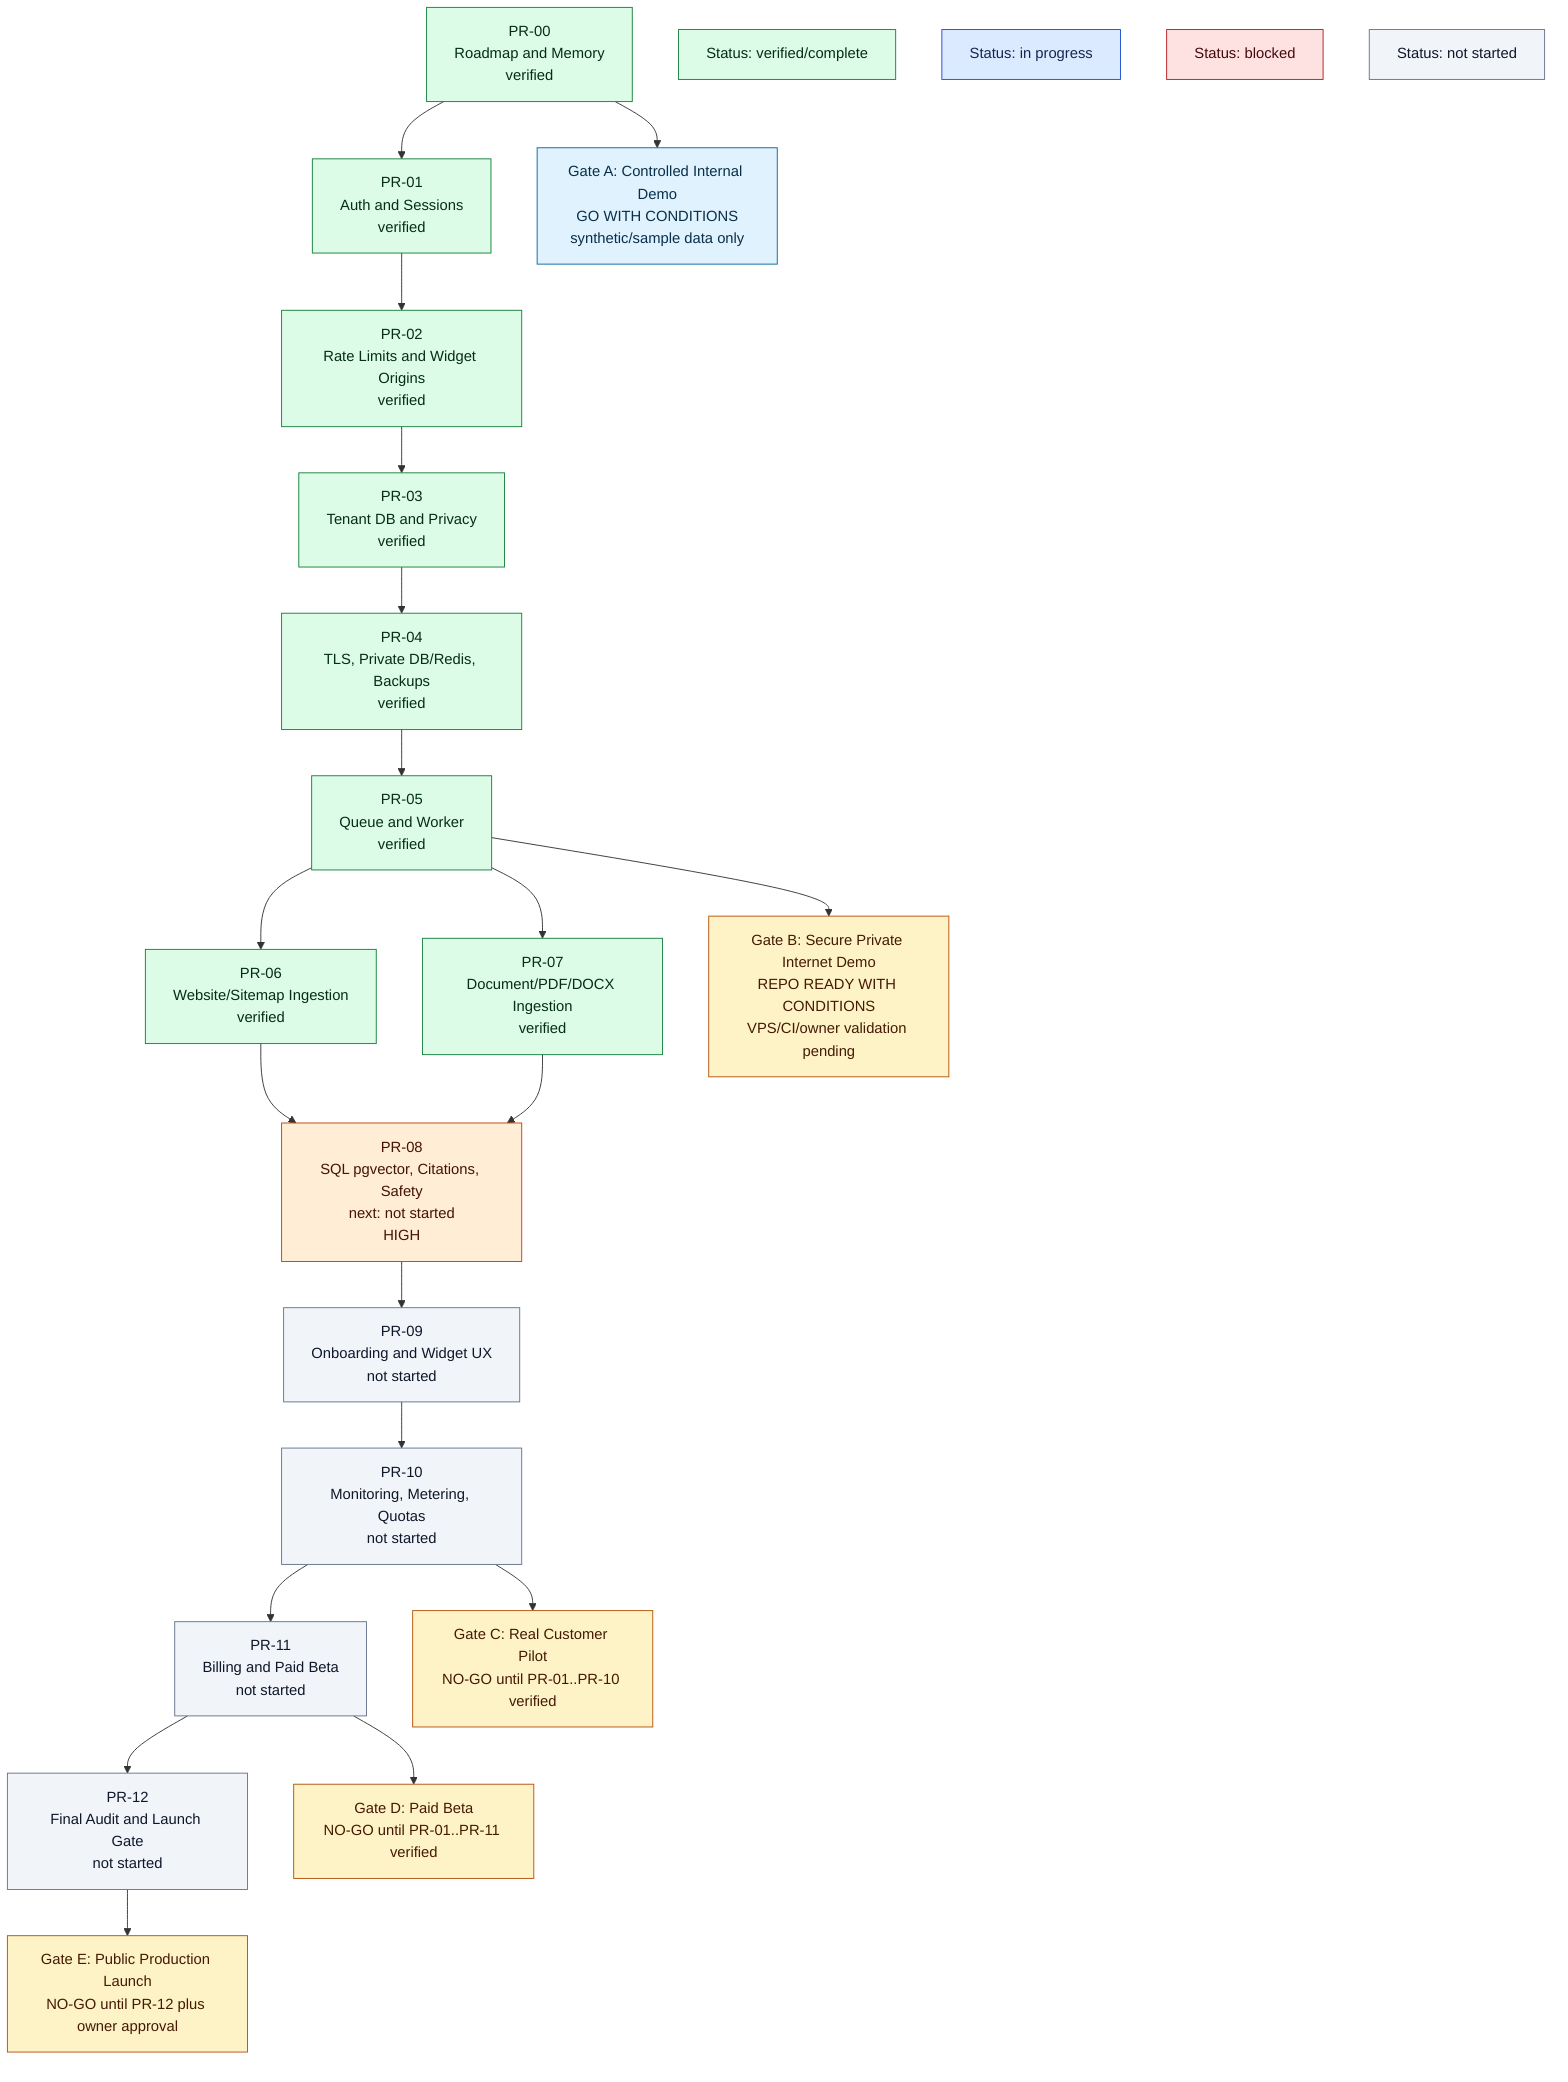
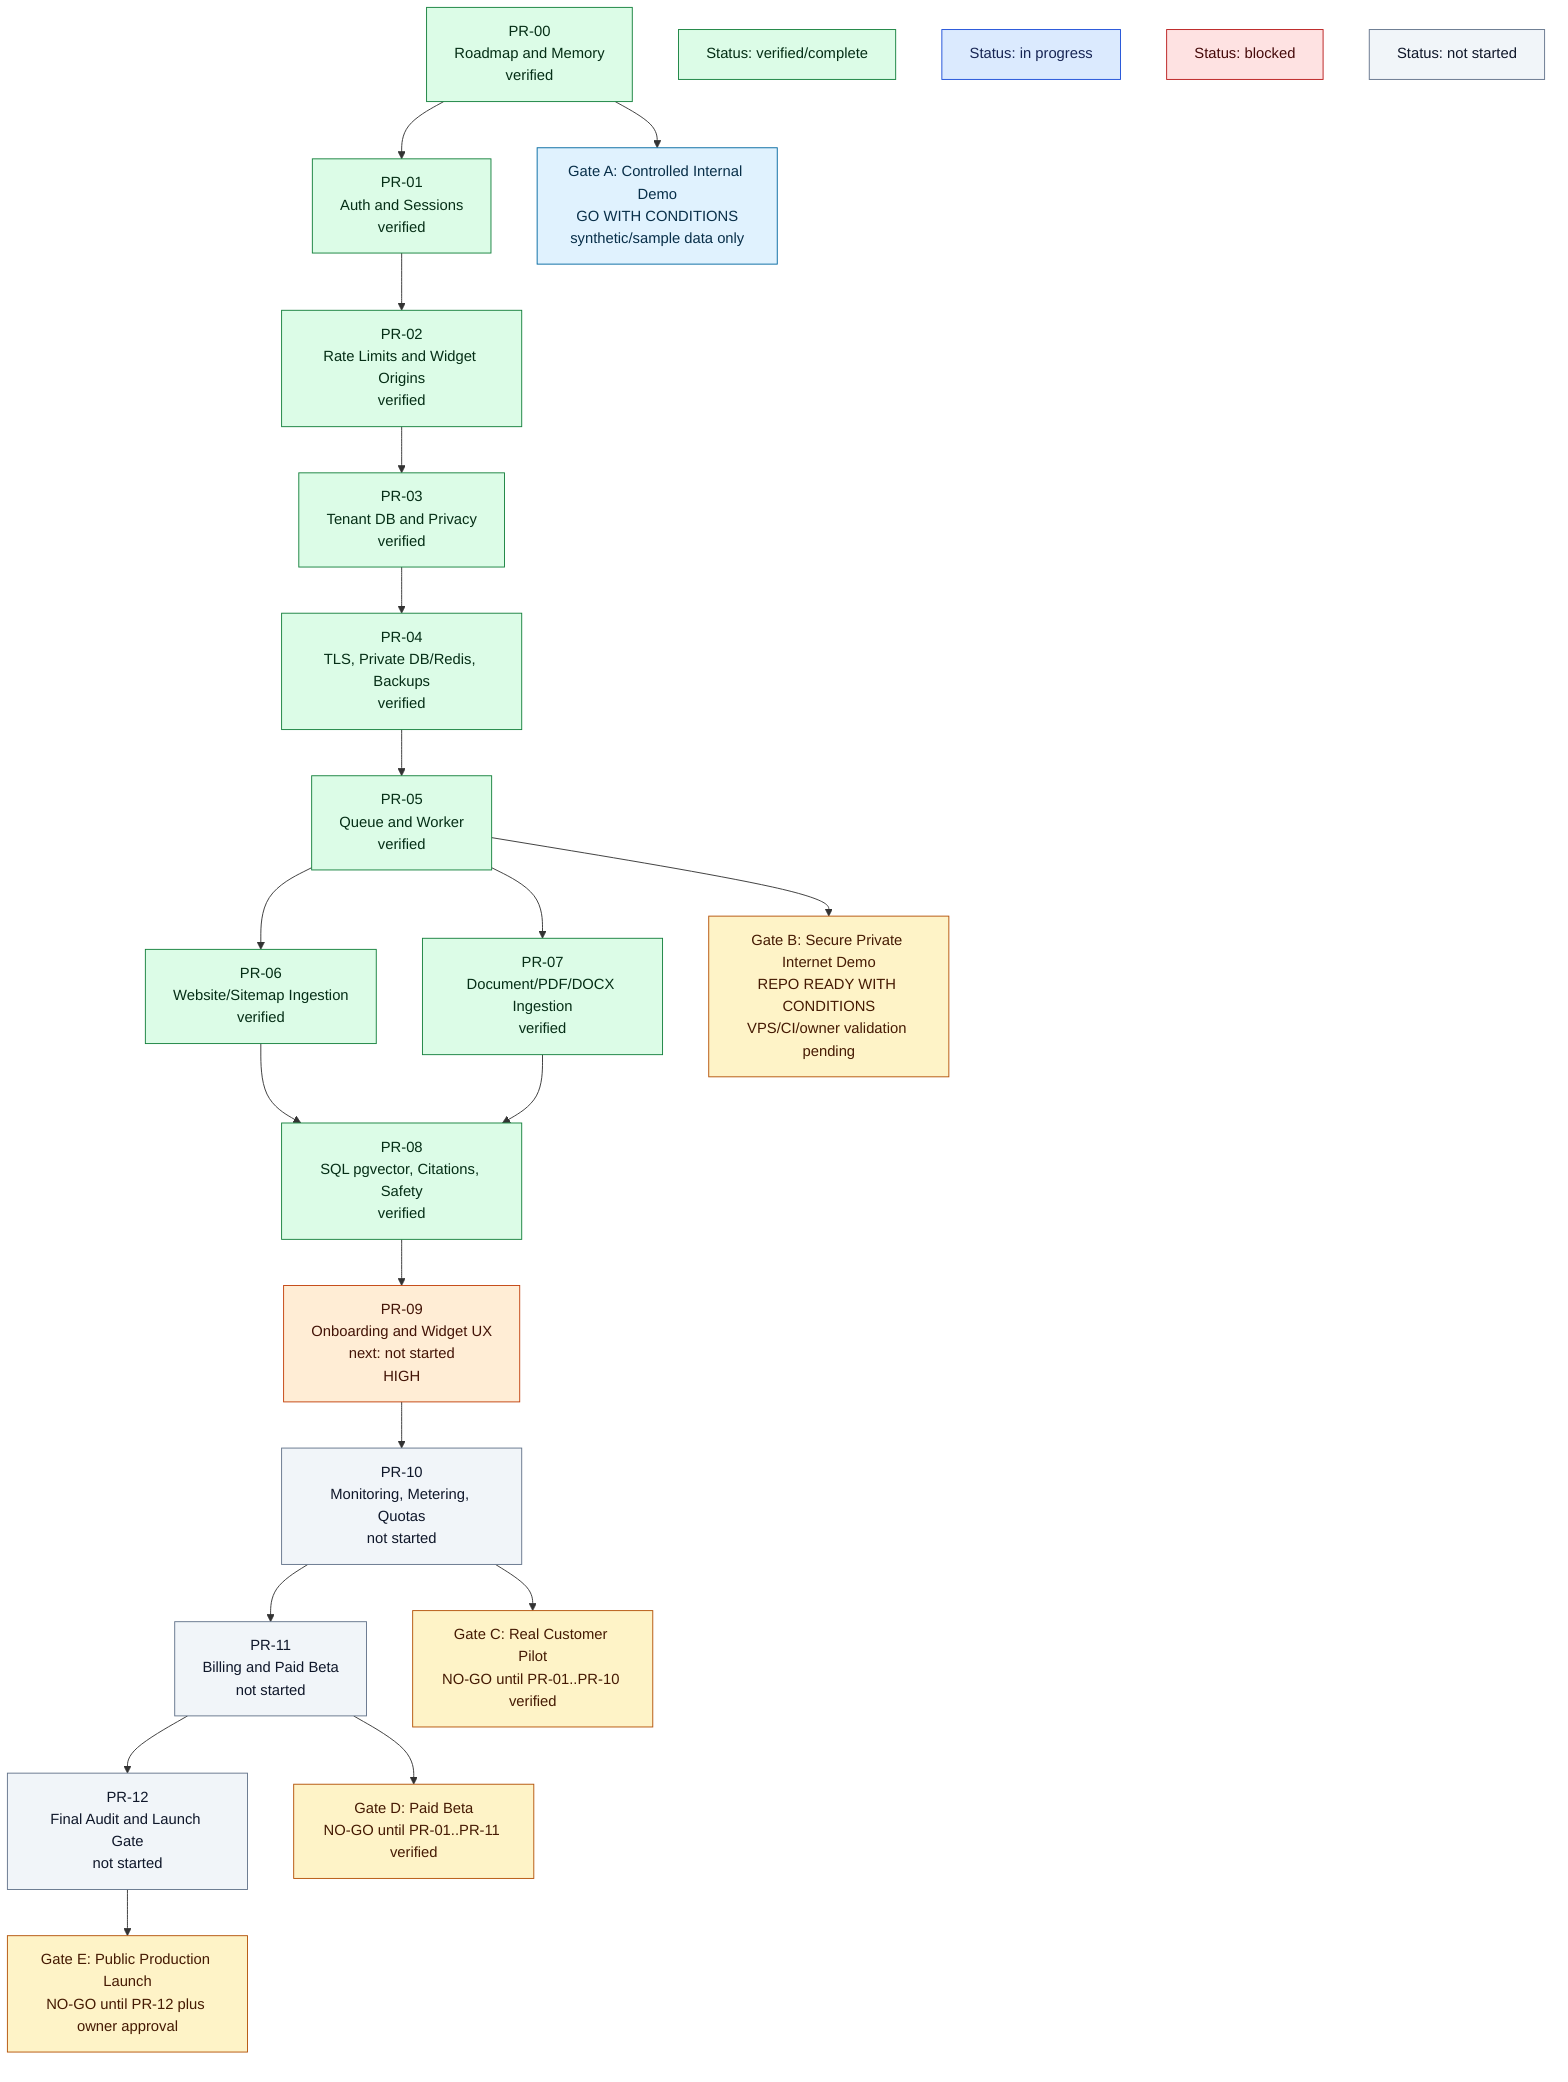
flowchart TB
    PR00["PR-00<br/>Roadmap and Memory<br/>verified"]
    PR01["PR-01<br/>Auth and Sessions<br/>verified"]
    PR02["PR-02<br/>Rate Limits and Widget Origins<br/>verified"]
    PR03["PR-03<br/>Tenant DB and Privacy<br/>verified"]
    PR04["PR-04<br/>TLS, Private DB/Redis, Backups<br/>verified"]
    PR05["PR-05<br/>Queue and Worker<br/>verified"]
    PR06["PR-06<br/>Website/Sitemap Ingestion<br/>verified"]
    PR07["PR-07<br/>Document/PDF/DOCX Ingestion<br/>verified"]
-     PR08["PR-08<br/>SQL pgvector, Citations, Safety<br/>next: not started<br/>HIGH"]
-     PR09["PR-09<br/>Onboarding and Widget UX<br/>not started"]
+     PR08["PR-08<br/>SQL pgvector, Citations, Safety<br/>verified"]
+     PR09["PR-09<br/>Onboarding and Widget UX<br/>next: not started<br/>HIGH"]
    PR10["PR-10<br/>Monitoring, Metering, Quotas<br/>not started"]
    PR11["PR-11<br/>Billing and Paid Beta<br/>not started"]
    PR12["PR-12<br/>Final Audit and Launch Gate<br/>not started"]

    GateA["Gate A: Controlled Internal Demo<br/>GO WITH CONDITIONS<br/>synthetic/sample data only"]
    GateB["Gate B: Secure Private Internet Demo<br/>REPO READY WITH CONDITIONS<br/>VPS/CI/owner validation pending"]
    GateC["Gate C: Real Customer Pilot<br/>NO-GO until PR-01..PR-10 verified"]
    GateD["Gate D: Paid Beta<br/>NO-GO until PR-01..PR-11 verified"]
    GateE["Gate E: Public Production Launch<br/>NO-GO until PR-12 plus owner approval"]
    LegendVerified["Status: verified/complete"]
    LegendProgress["Status: in progress"]
    LegendBlocked["Status: blocked"]
    LegendPending["Status: not started"]

    PR00 --> PR01 --> PR02 --> PR03 --> PR04 --> PR05
    PR05 --> PR06
    PR05 --> PR07
    PR06 --> PR08
    PR07 --> PR08
    PR08 --> PR09 --> PR10 --> PR11 --> PR12
    PR00 --> GateA
    PR05 --> GateB
    PR10 --> GateC
    PR11 --> GateD
    PR12 --> GateE

    classDef verified fill:#dcfce7,stroke:#15803d,color:#052e16
    classDef inProgress fill:#dbeafe,stroke:#1d4ed8,color:#172554
    classDef blocked fill:#fee2e2,stroke:#b91c1c,color:#450a0a
    classDef critical fill:#fee2e2,stroke:#b91c1c,color:#450a0a
    classDef high fill:#ffedd5,stroke:#c2410c,color:#431407
    classDef pending fill:#f1f5f9,stroke:#64748b,color:#0f172a
    classDef gateOk fill:#e0f2fe,stroke:#0369a1,color:#082f49
    classDef gateNo fill:#fef3c7,stroke:#b45309,color:#451a03

-     class PR00,PR01,PR02,PR03,PR04,PR05,PR06,PR07 verified
-     class PR08 high
-     class PR09,PR10,PR11,PR12 pending
+     class PR00,PR01,PR02,PR03,PR04,PR05,PR06,PR07,PR08 verified
+     class PR09 high
+     class PR10,PR11,PR12 pending
    class GateA gateOk
    class GateB,GateC,GateD,GateE gateNo
    class LegendVerified verified
    class LegendProgress inProgress
    class LegendBlocked blocked
    class LegendPending pending
